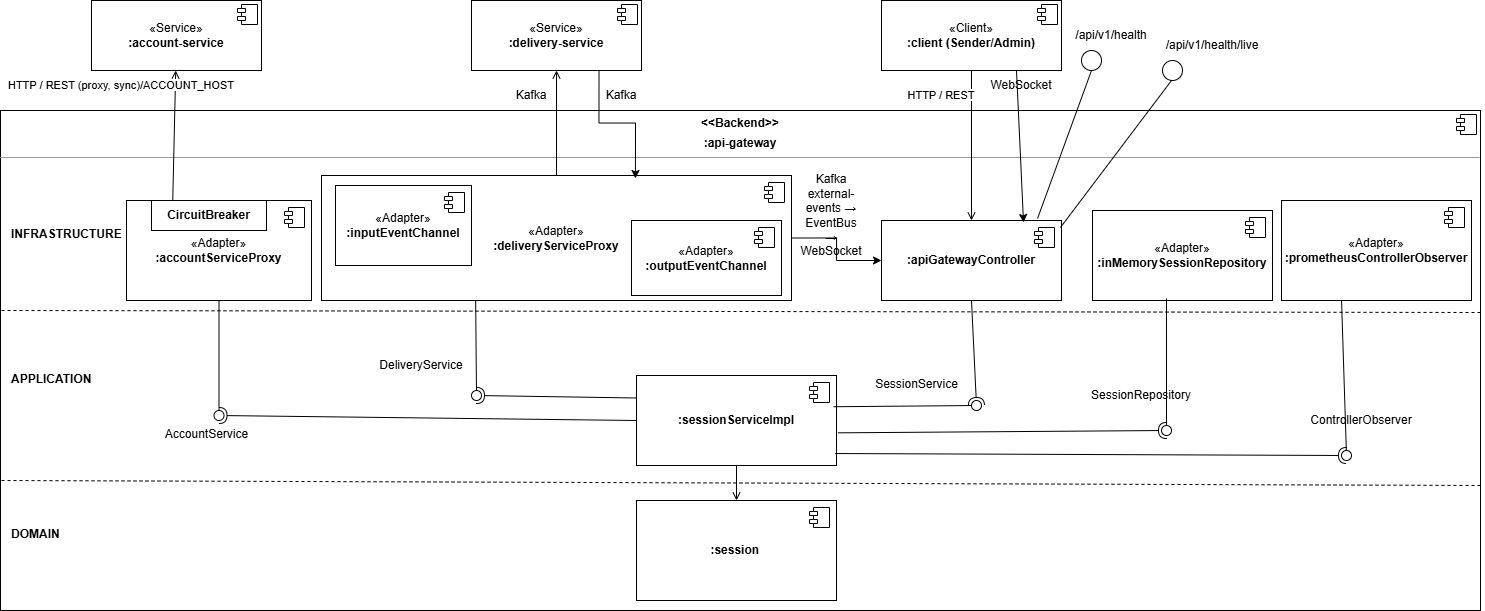
Above: doc/api-gateway-v3.drawio.png in MarcoMoro10/SAP-Assignment3 (draw.io), before the change. Source tidied: cells renumbered, new cells last; positions are measured from the earlier drawing's top-left corner, leaving out a move shared by most shapes.
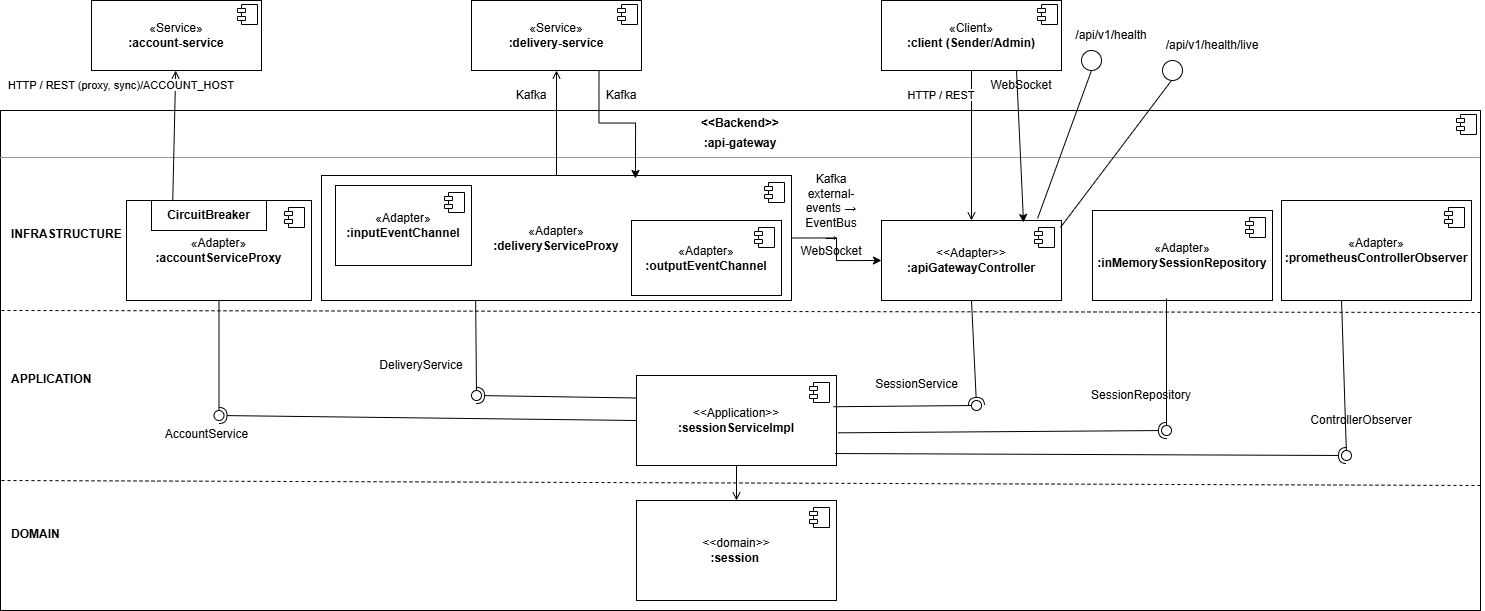
After the change.

What changed in the source:
```diff
@@ -91,7 +91,7 @@
         <mxPoint x="-27" y="7" as="offset" />
       </mxGeometry>
     </mxCell>
-    <mxCell id="25" value="&lt;b&gt;:apiGatewayController&lt;/b&gt;" style="html=1;whiteSpace=wrap;fontColor=#000000;" parent="1" vertex="1">
+    <mxCell id="25" value="&lt;div&gt;&amp;lt;&amp;lt;Adapter&amp;gt;&amp;gt;&lt;/div&gt;&lt;b&gt;:apiGatewayController&lt;/b&gt;" style="html=1;whiteSpace=wrap;fontColor=#000000;" parent="1" vertex="1">
       <mxGeometry x="881" y="220" width="180" height="80" as="geometry" />
     </mxCell>
     <mxCell id="26" style="shape=module;jettyWidth=8;jettyHeight=4;" parent="25" vertex="1">
@@ -99,7 +99,7 @@
         <mxPoint x="-27" y="7" as="offset" />
       </mxGeometry>
     </mxCell>
-    <mxCell id="27" value="&lt;b&gt;:sessionServiceImpl&lt;/b&gt;" style="html=1;whiteSpace=wrap;fontColor=#000000;" parent="1" vertex="1">
+    <mxCell id="27" value="&lt;div&gt;&amp;lt;&amp;lt;Application&amp;gt;&amp;gt;&lt;/div&gt;&lt;b&gt;:sessionServiceImpl&lt;/b&gt;" style="html=1;whiteSpace=wrap;fontColor=#000000;" parent="1" vertex="1">
       <mxGeometry x="636" y="375" width="200" height="90" as="geometry" />
     </mxCell>
     <mxCell id="28" style="shape=module;jettyWidth=8;jettyHeight=4;" parent="27" vertex="1">
@@ -122,7 +122,7 @@
     <mxCell id="33" value="AccountService" style="text;html=1;align=center;" parent="1" vertex="1">
       <mxGeometry x="151" y="420" width="110" height="20" as="geometry" />
     </mxCell>
-    <mxCell id="34" value="&lt;b&gt;:session&lt;/b&gt;&lt;font style=&quot;font-size:9px&quot;&gt;&amp;nbsp;&lt;br&gt;&lt;/font&gt;" style="html=1;whiteSpace=wrap;fontColor=#000000;" parent="1" vertex="1">
+    <mxCell id="34" value="&lt;div&gt;&amp;lt;&amp;lt;domain&amp;gt;&amp;gt;&lt;/div&gt;&lt;b&gt;:session&lt;/b&gt;&lt;font style=&quot;font-size:9px&quot;&gt;&amp;nbsp;&lt;br&gt;&lt;/font&gt;" style="html=1;whiteSpace=wrap;fontColor=#000000;" parent="1" vertex="1">
       <mxGeometry x="636" y="500" width="200" height="100" as="geometry" />
     </mxCell>
     <mxCell id="35" style="shape=module;jettyWidth=8;jettyHeight=4;" parent="34" vertex="1">
```
